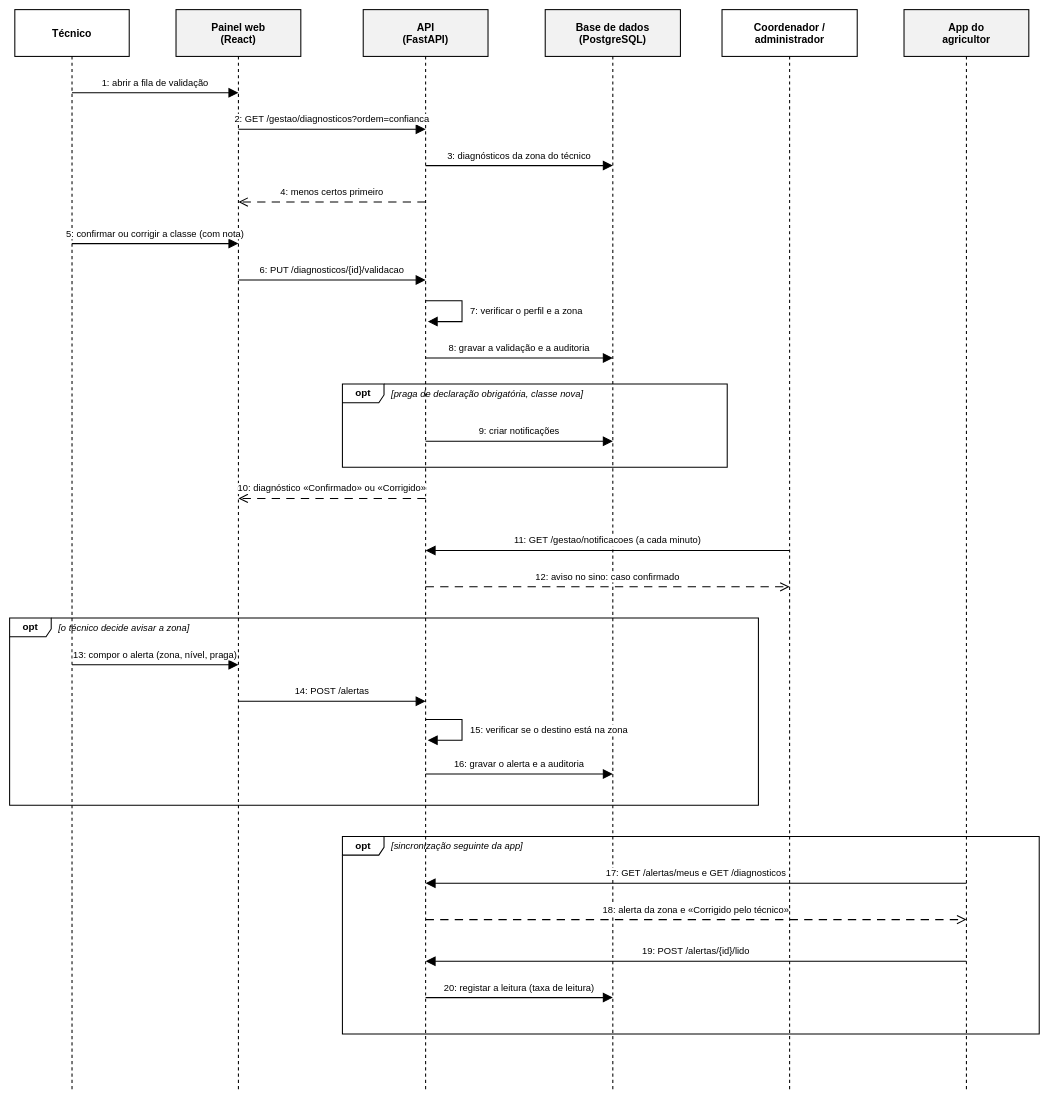
The draw.io diagram docs/entrega_tese/diagramas_v2/D5_sequencia_validacao.drawio in Yanick23/plataforma-fitossanitaria, before the edit. Source tidied: cells renumbered, new cells numbered last; positions are measured from the earlier drawing's top-left corner, leaving out a move shared by most shapes. Both pictures are drawn from the tidied source at 52%, with x=0, y=0 at pixel (9, 9).
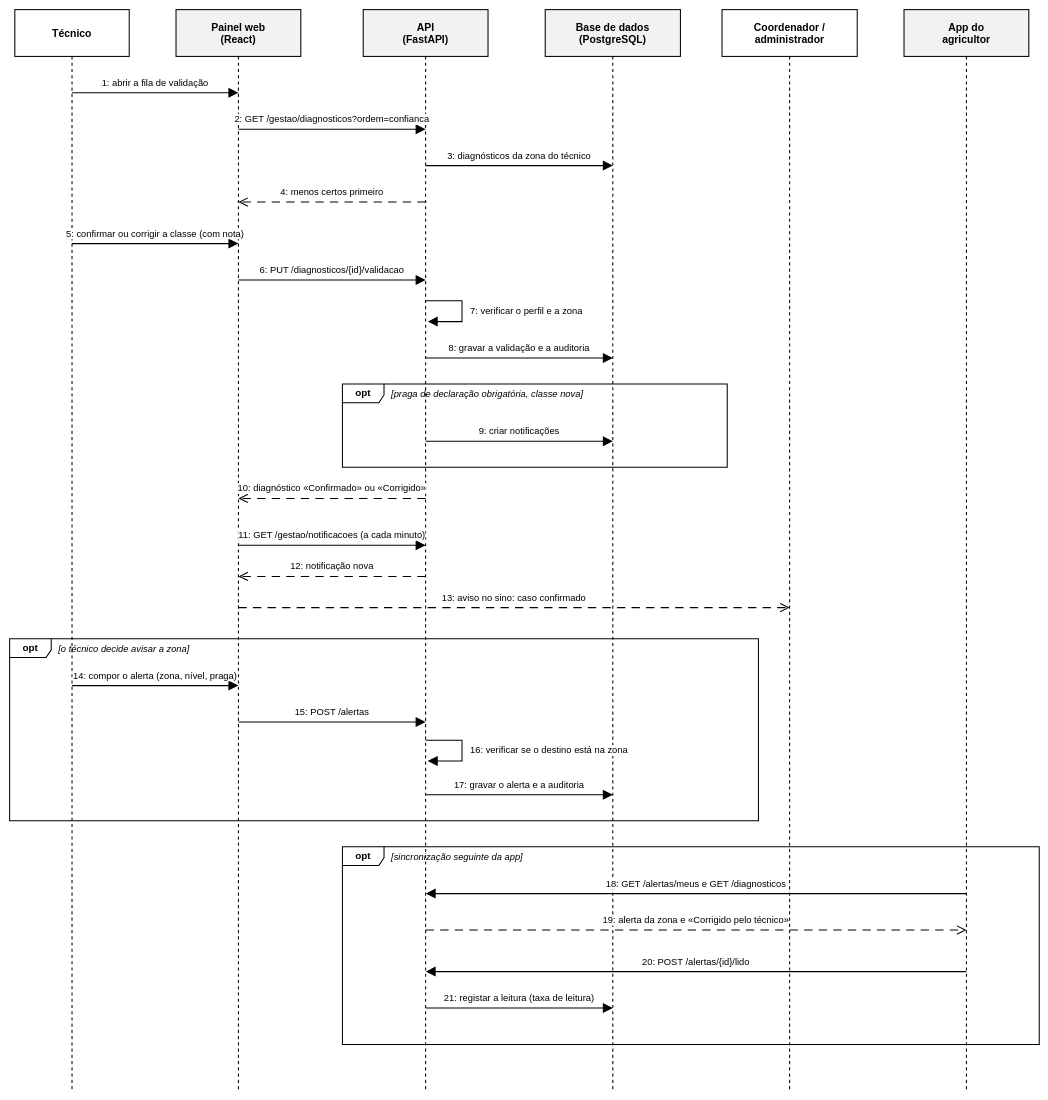
Above is the later version.

Change to the diagram source:
```diff
@@
     <mxCell id="30" style="strokeColor=#000000;strokeWidth=2;endArrow=block;endFill=1;endSize=14;html=1;" parent="1" edge="1">
       <mxGeometry relative="1" as="geometry">
-        <mxPoint x="1500" y="1040" as="sourcePoint" />
-        <mxPoint x="800" y="1040" as="targetPoint" />
+        <mxPoint x="440" y="1030" as="sourcePoint" />
+        <mxPoint x="800" y="1030" as="targetPoint" />
       </mxGeometry>
     </mxCell>
     <mxCell id="31" value="11: GET /gestao/notificacoes (a cada minuto)" style="text;labelBackgroundColor=#FFFFFF;html=1;fontFamily=Helvetica;fontColor=#000000;fontSize=18;fontStyle=0;align=center;verticalAlign=middle;whiteSpace=wrap;" parent="1" vertex="1">
-      <mxGeometry x="760" y="1006" width="780" height="30" as="geometry" />
+      <mxGeometry x="400" y="996" width="440" height="30" as="geometry" />
     </mxCell>
     <mxCell id="32" style="strokeColor=#000000;strokeWidth=2;dashed=1;dashPattern=8 6;endArrow=open;endSize=14;html=1;" parent="1" edge="1">
       <mxGeometry relative="1" as="geometry">
-        <mxPoint x="800" y="1110" as="sourcePoint" />
-        <mxPoint x="1500" y="1110" as="targetPoint" />
+        <mxPoint x="800" y="1090" as="sourcePoint" />
+        <mxPoint x="440" y="1090" as="targetPoint" />
       </mxGeometry>
     </mxCell>
-    <mxCell id="33" value="12: aviso no sino: caso confirmado" style="text;labelBackgroundColor=#FFFFFF;html=1;fontFamily=Helvetica;fontColor=#000000;fontSize=18;fontStyle=0;align=center;verticalAlign=middle;whiteSpace=wrap;" parent="1" vertex="1">
-      <mxGeometry x="760" y="1076" width="780" height="30" as="geometry" />
+    <mxCell id="33" value="12: notificação nova" style="text;labelBackgroundColor=#FFFFFF;html=1;fontFamily=Helvetica;fontColor=#000000;fontSize=18;fontStyle=0;align=center;verticalAlign=middle;whiteSpace=wrap;" parent="1" vertex="1">
+      <mxGeometry x="400" y="1056" width="440" height="30" as="geometry" />
     </mxCell>
-    <mxCell id="34" value="opt" style="shape=umlFrame;whiteSpace=wrap;html=1;width=80;height=36;fontFamily=Helvetica;fontColor=#000000;strokeColor=#000000;strokeWidth=2;fillColor=none;fontSize=19;fontStyle=1;" parent="1" vertex="1">
-      <mxGeometry y="1170" width="1440" height="360" as="geometry" />
+    <mxCell id="34" style="strokeColor=#000000;strokeWidth=2;dashed=1;dashPattern=8 6;endArrow=open;endSize=14;html=1;" parent="1" edge="1">
+      <mxGeometry relative="1" as="geometry">
+        <mxPoint x="440" y="1150" as="sourcePoint" />
+        <mxPoint x="1500" y="1150" as="targetPoint" />
+      </mxGeometry>
     </mxCell>
-    <mxCell id="35" value="[o técnico decide avisar a zona]" style="text;html=1;fontFamily=Helvetica;fontColor=#000000;fontSize=18;fontStyle=2;align=left;verticalAlign=middle;whiteSpace=wrap;" parent="1" vertex="1">
-      <mxGeometry x="92" y="1172" width="1340" height="34" as="geometry" />
+    <mxCell id="35" value="13: aviso no sino: caso confirmado" style="text;labelBackgroundColor=#FFFFFF;html=1;fontFamily=Helvetica;fontColor=#000000;fontSize=18;fontStyle=0;align=center;verticalAlign=middle;whiteSpace=wrap;" parent="1" vertex="1">
+      <mxGeometry x="400" y="1116" width="1140" height="30" as="geometry" />
     </mxCell>
-    <mxCell id="36" style="strokeColor=#000000;strokeWidth=2;endArrow=block;endFill=1;endSize=14;html=1;" parent="1" edge="1">
-      <mxGeometry relative="1" as="geometry">
-        <mxPoint x="120" y="1260" as="sourcePoint" />
-        <mxPoint x="440" y="1260" as="targetPoint" />
-      </mxGeometry>
+    <mxCell id="36" value="opt" style="shape=umlFrame;whiteSpace=wrap;html=1;width=80;height=36;fontFamily=Helvetica;fontColor=#000000;strokeColor=#000000;strokeWidth=2;fillColor=none;fontSize=19;fontStyle=1;" parent="1" vertex="1">
+      <mxGeometry y="1210" width="1440" height="350" as="geometry" />
     </mxCell>
-    <mxCell id="37" value="13: compor o alerta (zona, nível, praga)" style="text;labelBackgroundColor=#FFFFFF;html=1;fontFamily=Helvetica;fontColor=#000000;fontSize=18;fontStyle=0;align=center;verticalAlign=middle;whiteSpace=wrap;" parent="1" vertex="1">
-      <mxGeometry x="80" y="1226" width="400" height="30" as="geometry" />
+    <mxCell id="37" value="[o técnico decide avisar a zona]" style="text;html=1;fontFamily=Helvetica;fontColor=#000000;fontSize=18;fontStyle=2;align=left;verticalAlign=middle;whiteSpace=wrap;" parent="1" vertex="1">
+      <mxGeometry x="92" y="1212" width="1340" height="34" as="geometry" />
     </mxCell>
     <mxCell id="38" style="strokeColor=#000000;strokeWidth=2;endArrow=block;endFill=1;endSize=14;html=1;" parent="1" edge="1">
       <mxGeometry relative="1" as="geometry">
-        <mxPoint x="440" y="1330" as="sourcePoint" />
-        <mxPoint x="800" y="1330" as="targetPoint" />
+        <mxPoint x="120" y="1300" as="sourcePoint" />
+        <mxPoint x="440" y="1300" as="targetPoint" />
       </mxGeometry>
     </mxCell>
-    <mxCell id="39" value="14: POST /alertas" style="text;labelBackgroundColor=#FFFFFF;html=1;fontFamily=Helvetica;fontColor=#000000;fontSize=18;fontStyle=0;align=center;verticalAlign=middle;whiteSpace=wrap;" parent="1" vertex="1">
-      <mxGeometry x="400" y="1296" width="440" height="30" as="geometry" />
+    <mxCell id="39" value="14: compor o alerta (zona, nível, praga)" style="text;labelBackgroundColor=#FFFFFF;html=1;fontFamily=Helvetica;fontColor=#000000;fontSize=18;fontStyle=0;align=center;verticalAlign=middle;whiteSpace=wrap;" parent="1" vertex="1">
+      <mxGeometry x="80" y="1266" width="400" height="30" as="geometry" />
     </mxCell>
-    <mxCell id="40" style="strokeColor=#000000;strokeWidth=2;endArrow=block;endFill=1;endSize=14;html=1;rounded=0;" parent="1" edge="1">
+    <mxCell id="40" style="strokeColor=#000000;strokeWidth=2;endArrow=block;endFill=1;endSize=14;html=1;" parent="1" edge="1">
       <mxGeometry relative="1" as="geometry">
-        <mxPoint x="800" y="1365" as="sourcePoint" />
-        <mxPoint x="804" y="1405" as="targetPoint" />
-        <Array as="points">
-          <mxPoint x="870" y="1365" />
-          <mxPoint x="870" y="1405" />
-        </Array>
+        <mxPoint x="440" y="1370" as="sourcePoint" />
+        <mxPoint x="800" y="1370" as="targetPoint" />
       </mxGeometry>
     </mxCell>
-    <mxCell id="41" value="15: verificar se o destino está na zona" style="text;labelBackgroundColor=#FFFFFF;html=1;fontFamily=Helvetica;fontColor=#000000;fontSize=18;fontStyle=0;align=left;verticalAlign=middle;whiteSpace=wrap;" parent="1" vertex="1">
-      <mxGeometry x="884" y="1369" width="640" height="32" as="geometry" />
+    <mxCell id="41" value="15: POST /alertas" style="text;labelBackgroundColor=#FFFFFF;html=1;fontFamily=Helvetica;fontColor=#000000;fontSize=18;fontStyle=0;align=center;verticalAlign=middle;whiteSpace=wrap;" parent="1" vertex="1">
+      <mxGeometry x="400" y="1336" width="440" height="30" as="geometry" />
     </mxCell>
-    <mxCell id="42" style="strokeColor=#000000;strokeWidth=2;endArrow=block;endFill=1;endSize=14;html=1;" parent="1" edge="1">
+    <mxCell id="42" style="strokeColor=#000000;strokeWidth=2;endArrow=block;endFill=1;endSize=14;html=1;rounded=0;" parent="1" edge="1">
       <mxGeometry relative="1" as="geometry">
-        <mxPoint x="800" y="1470" as="sourcePoint" />
-        <mxPoint x="1160" y="1470" as="targetPoint" />
+        <mxPoint x="800" y="1405" as="sourcePoint" />
+        <mxPoint x="804" y="1445" as="targetPoint" />
+        <Array as="points">
+          <mxPoint x="870" y="1405" />
+          <mxPoint x="870" y="1445" />
+        </Array>
       </mxGeometry>
     </mxCell>
-    <mxCell id="43" value="16: gravar o alerta e a auditoria" style="text;labelBackgroundColor=#FFFFFF;html=1;fontFamily=Helvetica;fontColor=#000000;fontSize=18;fontStyle=0;align=center;verticalAlign=middle;whiteSpace=wrap;" parent="1" vertex="1">
-      <mxGeometry x="760" y="1436" width="440" height="30" as="geometry" />
+    <mxCell id="43" value="16: verificar se o destino está na zona" style="text;labelBackgroundColor=#FFFFFF;html=1;fontFamily=Helvetica;fontColor=#000000;fontSize=18;fontStyle=0;align=left;verticalAlign=middle;whiteSpace=wrap;" parent="1" vertex="1">
+      <mxGeometry x="884" y="1409" width="640" height="32" as="geometry" />
     </mxCell>
-    <mxCell id="44" value="opt" style="shape=umlFrame;whiteSpace=wrap;html=1;width=80;height=36;fontFamily=Helvetica;fontColor=#000000;strokeColor=#000000;strokeWidth=2;fillColor=none;fontSize=19;fontStyle=1;" parent="1" vertex="1">
-      <mxGeometry x="640" y="1590" width="1340" height="380" as="geometry" />
+    <mxCell id="44" style="strokeColor=#000000;strokeWidth=2;endArrow=block;endFill=1;endSize=14;html=1;" parent="1" edge="1">
+      <mxGeometry relative="1" as="geometry">
+        <mxPoint x="800" y="1510" as="sourcePoint" />
+        <mxPoint x="1160" y="1510" as="targetPoint" />
+      </mxGeometry>
     </mxCell>
-    <mxCell id="45" value="[sincronização seguinte da app]" style="text;html=1;fontFamily=Helvetica;fontColor=#000000;fontSize=18;fontStyle=2;align=left;verticalAlign=middle;whiteSpace=wrap;" parent="1" vertex="1">
-      <mxGeometry x="732" y="1592" width="1240" height="34" as="geometry" />
+    <mxCell id="45" value="17: gravar o alerta e a auditoria" style="text;labelBackgroundColor=#FFFFFF;html=1;fontFamily=Helvetica;fontColor=#000000;fontSize=18;fontStyle=0;align=center;verticalAlign=middle;whiteSpace=wrap;" parent="1" vertex="1">
+      <mxGeometry x="760" y="1476" width="440" height="30" as="geometry" />
     </mxCell>
-    <mxCell id="46" style="strokeColor=#000000;strokeWidth=2;endArrow=block;endFill=1;endSize=14;html=1;" parent="1" edge="1">
-      <mxGeometry relative="1" as="geometry">
-        <mxPoint x="1840" y="1680" as="sourcePoint" />
-        <mxPoint x="800" y="1680" as="targetPoint" />
-      </mxGeometry>
+    <mxCell id="46" value="opt" style="shape=umlFrame;whiteSpace=wrap;html=1;width=80;height=36;fontFamily=Helvetica;fontColor=#000000;strokeColor=#000000;strokeWidth=2;fillColor=none;fontSize=19;fontStyle=1;" parent="1" vertex="1">
+      <mxGeometry x="640" y="1610" width="1340" height="380" as="geometry" />
     </mxCell>
-    <mxCell id="47" value="17: GET /alertas/meus e GET /diagnosticos" style="text;labelBackgroundColor=#FFFFFF;html=1;fontFamily=Helvetica;fontColor=#000000;fontSize=18;fontStyle=0;align=center;verticalAlign=middle;whiteSpace=wrap;" parent="1" vertex="1">
-      <mxGeometry x="760" y="1646" width="1120" height="30" as="geometry" />
+    <mxCell id="47" value="[sincronização seguinte da app]" style="text;html=1;fontFamily=Helvetica;fontColor=#000000;fontSize=18;fontStyle=2;align=left;verticalAlign=middle;whiteSpace=wrap;" parent="1" vertex="1">
+      <mxGeometry x="732" y="1612" width="1240" height="34" as="geometry" />
     </mxCell>
-    <mxCell id="48" style="strokeColor=#000000;strokeWidth=2;dashed=1;dashPattern=8 6;endArrow=open;endSize=14;html=1;" parent="1" edge="1">
+    <mxCell id="48" style="strokeColor=#000000;strokeWidth=2;endArrow=block;endFill=1;endSize=14;html=1;" parent="1" edge="1">
       <mxGeometry relative="1" as="geometry">
-        <mxPoint x="800" y="1750" as="sourcePoint" />
-        <mxPoint x="1840" y="1750" as="targetPoint" />
+        <mxPoint x="1840" y="1700" as="sourcePoint" />
+        <mxPoint x="800" y="1700" as="targetPoint" />
       </mxGeometry>
     </mxCell>
-    <mxCell id="49" value="18: alerta da zona e «Corrigido pelo técnico»" style="text;labelBackgroundColor=#FFFFFF;html=1;fontFamily=Helvetica;fontColor=#000000;fontSize=18;fontStyle=0;align=center;verticalAlign=middle;whiteSpace=wrap;" parent="1" vertex="1">
-      <mxGeometry x="760" y="1716" width="1120" height="30" as="geometry" />
+    <mxCell id="49" value="18: GET /alertas/meus e GET /diagnosticos" style="text;labelBackgroundColor=#FFFFFF;html=1;fontFamily=Helvetica;fontColor=#000000;fontSize=18;fontStyle=0;align=center;verticalAlign=middle;whiteSpace=wrap;" parent="1" vertex="1">
+      <mxGeometry x="760" y="1666" width="1120" height="30" as="geometry" />
     </mxCell>
-    <mxCell id="50" style="strokeColor=#000000;strokeWidth=2;endArrow=block;endFill=1;endSize=14;html=1;" parent="1" edge="1">
+    <mxCell id="50" style="strokeColor=#000000;strokeWidth=2;dashed=1;dashPattern=8 6;endArrow=open;endSize=14;html=1;" parent="1" edge="1">
       <mxGeometry relative="1" as="geometry">
-        <mxPoint x="1840" y="1830" as="sourcePoint" />
-        <mxPoint x="800" y="1830" as="targetPoint" />
+        <mxPoint x="800" y="1770" as="sourcePoint" />
+        <mxPoint x="1840" y="1770" as="targetPoint" />
       </mxGeometry>
     </mxCell>
-    <mxCell id="51" value="19: POST /alertas/{id}/lido" style="text;labelBackgroundColor=#FFFFFF;html=1;fontFamily=Helvetica;fontColor=#000000;fontSize=18;fontStyle=0;align=center;verticalAlign=middle;whiteSpace=wrap;" parent="1" vertex="1">
-      <mxGeometry x="760" y="1796" width="1120" height="30" as="geometry" />
+    <mxCell id="51" value="19: alerta da zona e «Corrigido pelo técnico»" style="text;labelBackgroundColor=#FFFFFF;html=1;fontFamily=Helvetica;fontColor=#000000;fontSize=18;fontStyle=0;align=center;verticalAlign=middle;whiteSpace=wrap;" parent="1" vertex="1">
+      <mxGeometry x="760" y="1736" width="1120" height="30" as="geometry" />
     </mxCell>
     <mxCell id="52" style="strokeColor=#000000;strokeWidth=2;endArrow=block;endFill=1;endSize=14;html=1;" parent="1" edge="1">
       <mxGeometry relative="1" as="geometry">
-        <mxPoint x="800" y="1900" as="sourcePoint" />
-        <mxPoint x="1160" y="1900" as="targetPoint" />
+        <mxPoint x="1840" y="1850" as="sourcePoint" />
+        <mxPoint x="800" y="1850" as="targetPoint" />
       </mxGeometry>
     </mxCell>
-    <mxCell id="53" value="20: registar a leitura (taxa de leitura)" style="text;labelBackgroundColor=#FFFFFF;html=1;fontFamily=Helvetica;fontColor=#000000;fontSize=18;fontStyle=0;align=center;verticalAlign=middle;whiteSpace=wrap;" parent="1" vertex="1">
-      <mxGeometry x="760" y="1866" width="440" height="30" as="geometry" />
+    <mxCell id="53" value="20: POST /alertas/{id}/lido" style="text;labelBackgroundColor=#FFFFFF;html=1;fontFamily=Helvetica;fontColor=#000000;fontSize=18;fontStyle=0;align=center;verticalAlign=middle;whiteSpace=wrap;" parent="1" vertex="1">
+      <mxGeometry x="760" y="1816" width="1120" height="30" as="geometry" />
     </mxCell>
+    <mxCell id="54" style="strokeColor=#000000;strokeWidth=2;endArrow=block;endFill=1;endSize=14;html=1;" parent="1" edge="1">
+      <mxGeometry relative="1" as="geometry">
+        <mxPoint x="800" y="1920" as="sourcePoint" />
+        <mxPoint x="1160" y="1920" as="targetPoint" />
+      </mxGeometry>
+    </mxCell>
+    <mxCell id="55" value="21: registar a leitura (taxa de leitura)" style="text;labelBackgroundColor=#FFFFFF;html=1;fontFamily=Helvetica;fontColor=#000000;fontSize=18;fontStyle=0;align=center;verticalAlign=middle;whiteSpace=wrap;" parent="1" vertex="1">
+      <mxGeometry x="760" y="1886" width="440" height="30" as="geometry" />
+    </mxCell>
```
